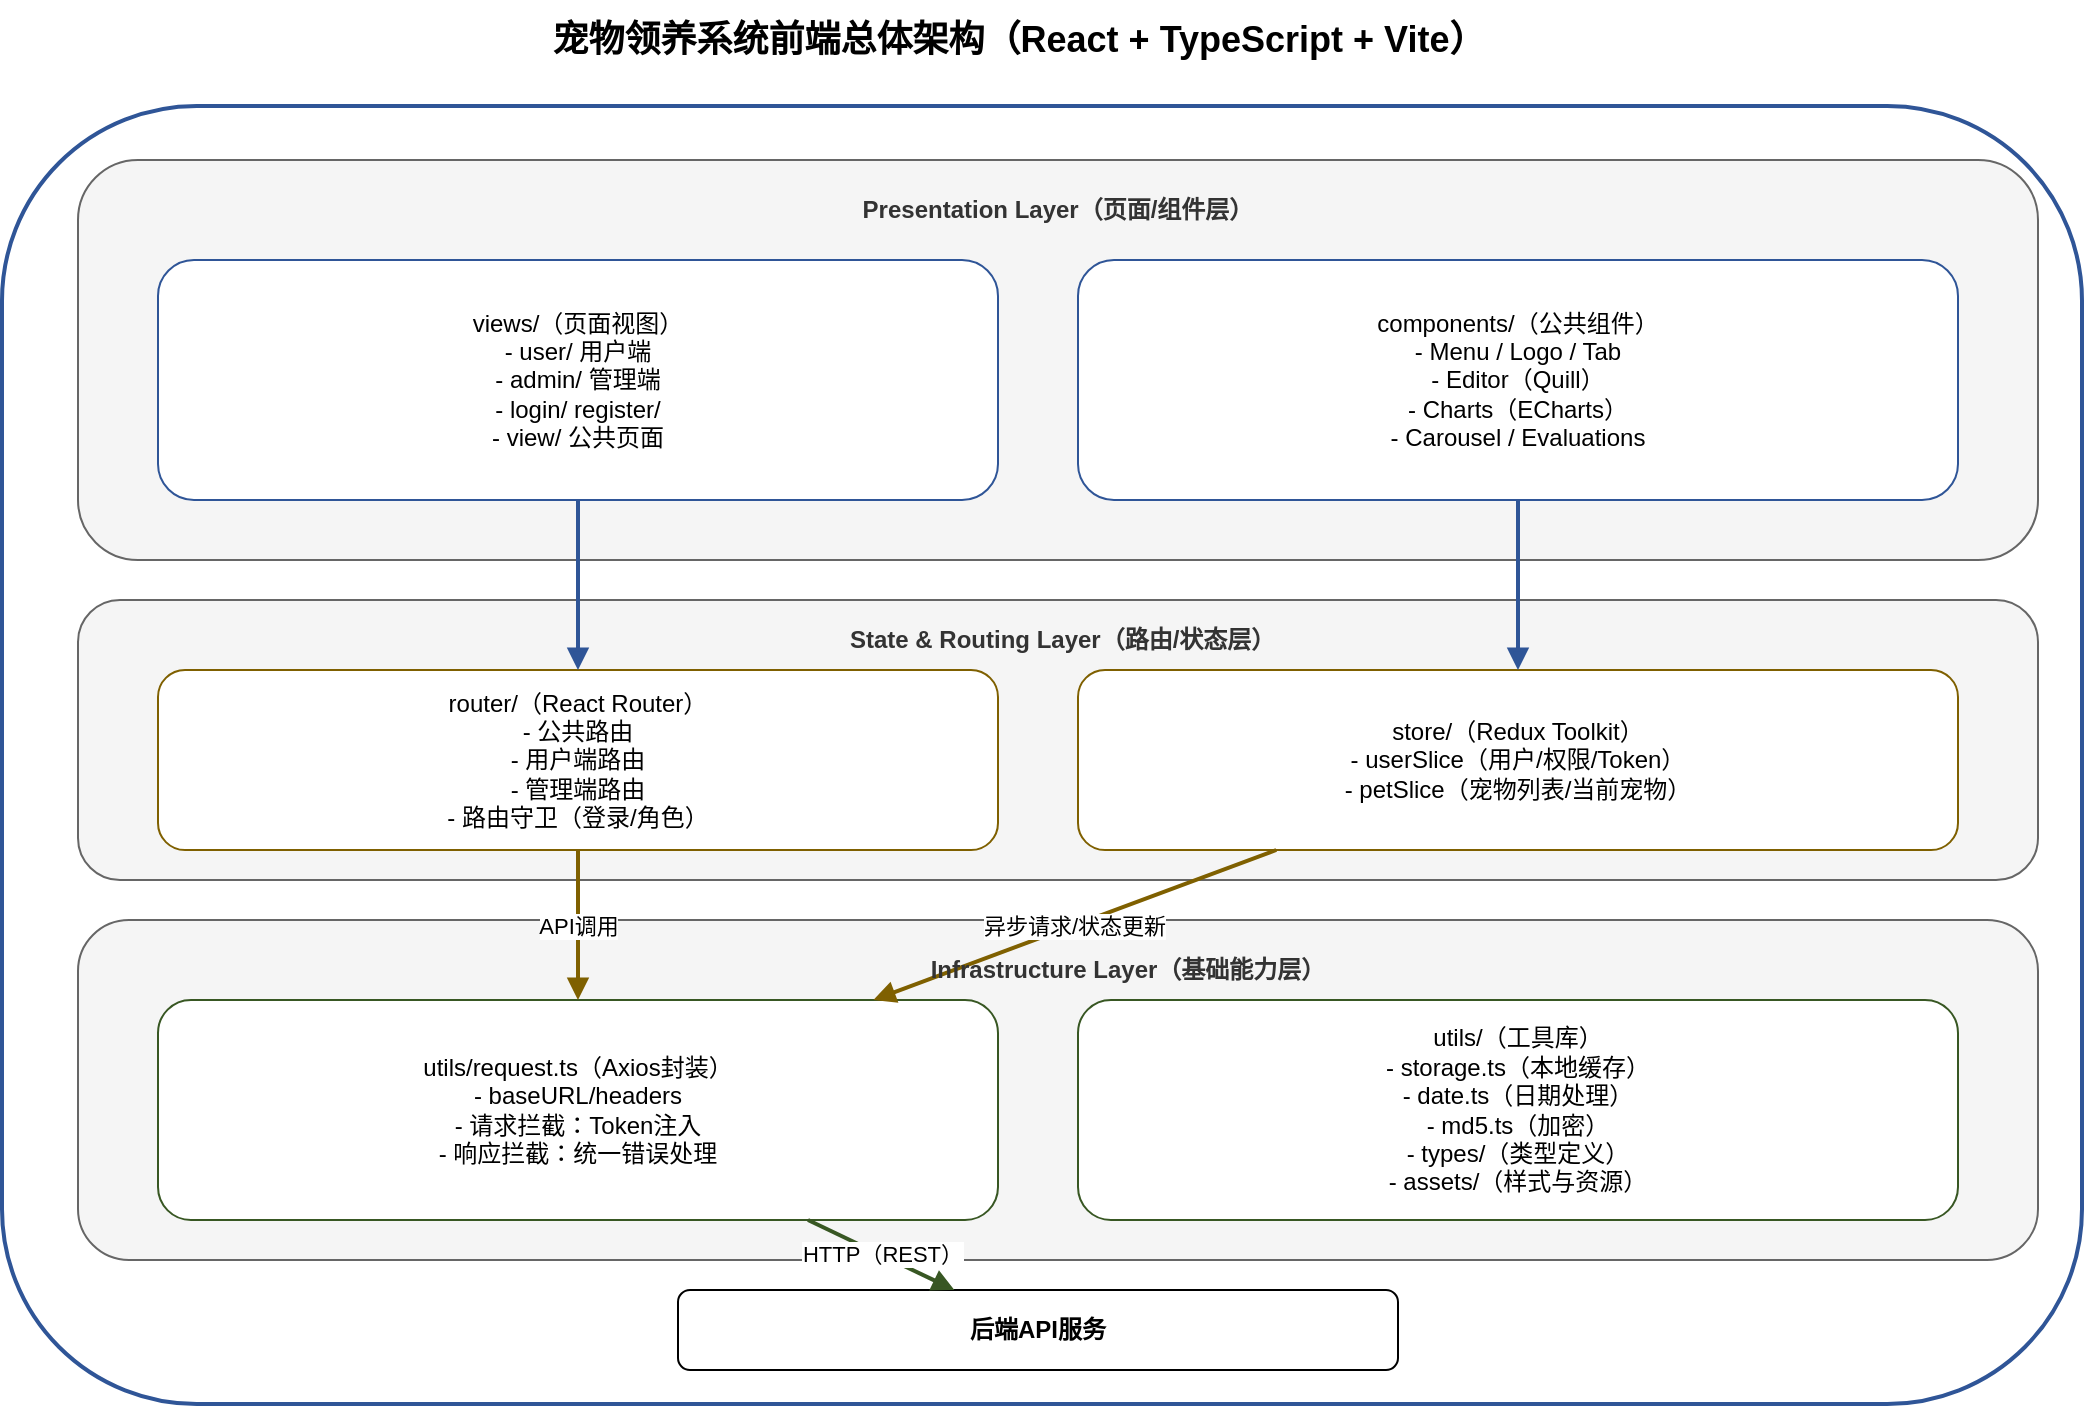
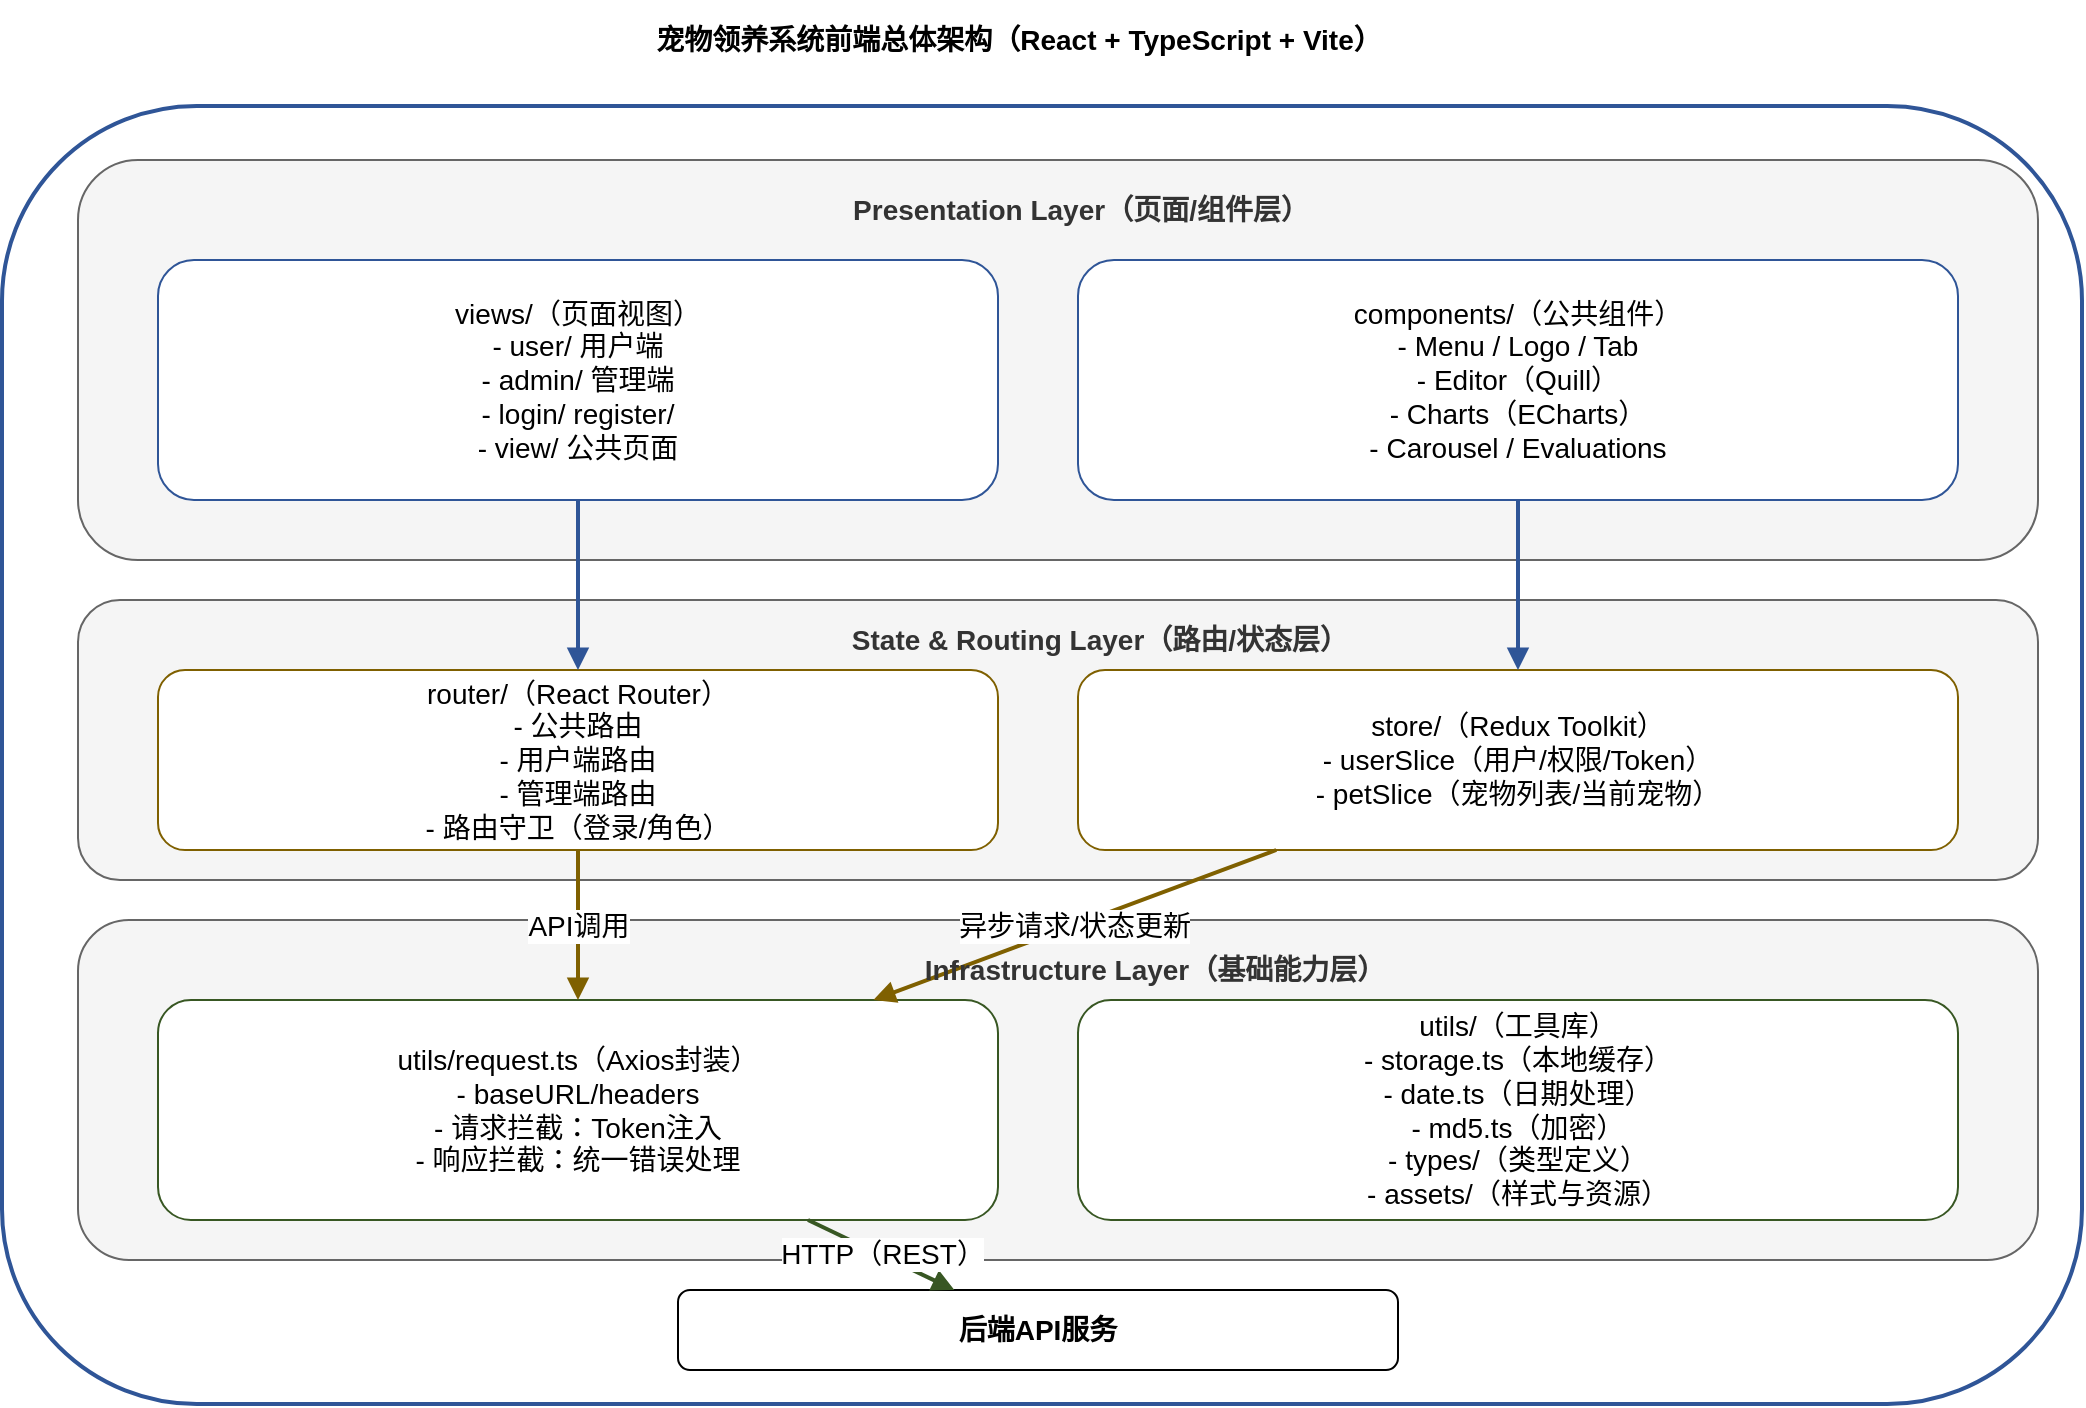
<mxfile host="app.diagrams.net">
  <diagram name="第 1 页" id="Zw4GrA-TFW1lKSvq5XIs">
    <mxGraphModel dx="1056" dy="729" grid="0" gridSize="10" guides="1" tooltips="1" connect="1" arrows="1" fold="1" page="1" pageScale="1" pageWidth="1200" pageHeight="800" math="0" shadow="0">
      <root>
        <mxCell id="0" />
        <mxCell id="1" parent="0" />
-         <mxCell id="t1" parent="1" style="text;html=1;align=center;verticalAlign=middle;fontSize=18;fontStyle=1" value="宠物领养系统前端总体架构（React + TypeScript + Vite）" vertex="1">
+         <mxCell id="t1" parent="1" style="text;html=1;align=center;verticalAlign=middle;fontSize=14;fontStyle=1" value="宠物领养系统前端总体架构（React + TypeScript + Vite）" vertex="1">
          <mxGeometry height="40" width="800" x="190" y="60" as="geometry" />
        </mxCell>
-         <mxCell id="c0" parent="1" style="rounded=1;whiteSpace=wrap;html=1;strokeWidth=2;fillColor=#ffffff;strokeColor=#2F5597;fontStyle=1;align=center;" value="Front-End Application" vertex="1">
+         <mxCell id="c0" parent="1" style="rounded=1;whiteSpace=wrap;html=1;strokeWidth=2;fillColor=#ffffff;strokeColor=#2F5597;fontStyle=1;align=center;fontSize=14;" value="Front-End Application" vertex="1">
          <mxGeometry height="649" width="1040" x="82" y="113" as="geometry" />
        </mxCell>
-         <mxCell id="c1" parent="1" style="rounded=1;whiteSpace=wrap;html=1;fillColor=#f5f5f5;strokeColor=#666666;fontStyle=1;fontColor=#333333;" value="" vertex="1">
+         <mxCell id="c1" parent="1" style="rounded=1;whiteSpace=wrap;html=1;fillColor=#f5f5f5;strokeColor=#666666;fontStyle=1;fontColor=#333333;fontSize=14;" value="" vertex="1">
          <mxGeometry height="200" width="980" x="120" y="140" as="geometry" />
        </mxCell>
-         <mxCell id="c2" parent="1" style="rounded=1;whiteSpace=wrap;html=1;fillColor=#f5f5f5;strokeColor=#666666;fontStyle=1;fontColor=#333333;" value="" vertex="1">
+         <mxCell id="c2" parent="1" style="rounded=1;whiteSpace=wrap;html=1;fillColor=#f5f5f5;strokeColor=#666666;fontStyle=1;fontColor=#333333;fontSize=14;" value="" vertex="1">
          <mxGeometry height="140" width="980" x="120" y="360" as="geometry" />
        </mxCell>
-         <mxCell id="c3" parent="1" style="rounded=1;whiteSpace=wrap;html=1;fillColor=#f5f5f5;strokeColor=#666666;fontStyle=1;fontColor=#333333;" value="" vertex="1">
+         <mxCell id="c3" parent="1" style="rounded=1;whiteSpace=wrap;html=1;fillColor=#f5f5f5;strokeColor=#666666;fontStyle=1;fontColor=#333333;fontSize=14;" value="" vertex="1">
          <mxGeometry height="170" width="980" x="120" y="520" as="geometry" />
        </mxCell>
-         <mxCell id="v1" parent="1" style="rounded=1;whiteSpace=wrap;html=1;fillColor=#ffffff;strokeColor=#2F5597" value="views/（页面视图）&#xa;- user/ 用户端&#xa;- admin/ 管理端&#xa;- login/ register/&#xa;- view/ 公共页面" vertex="1">
+         <mxCell id="v1" parent="1" style="rounded=1;whiteSpace=wrap;html=1;fillColor=#ffffff;strokeColor=#2F5597;fontSize=14;" value="views/（页面视图）&#xa;- user/ 用户端&#xa;- admin/ 管理端&#xa;- login/ register/&#xa;- view/ 公共页面" vertex="1">
          <mxGeometry height="120" width="420" x="160" y="190" as="geometry" />
        </mxCell>
-         <mxCell id="v2" parent="1" style="rounded=1;whiteSpace=wrap;html=1;fillColor=#ffffff;strokeColor=#2F5597" value="components/（公共组件）&#xa;- Menu / Logo / Tab&#xa;- Editor（Quill）&#xa;- Charts（ECharts）&#xa;- Carousel / Evaluations" vertex="1">
+         <mxCell id="v2" parent="1" style="rounded=1;whiteSpace=wrap;html=1;fillColor=#ffffff;strokeColor=#2F5597;fontSize=14;" value="components/（公共组件）&#xa;- Menu / Logo / Tab&#xa;- Editor（Quill）&#xa;- Charts（ECharts）&#xa;- Carousel / Evaluations" vertex="1">
          <mxGeometry height="120" width="440" x="620" y="190" as="geometry" />
        </mxCell>
-         <mxCell id="r1" parent="1" style="rounded=1;whiteSpace=wrap;html=1;fillColor=#ffffff;strokeColor=#7F6000" value="router/（React Router）&#xa;- 公共路由&#xa;- 用户端路由&#xa;- 管理端路由&#xa;- 路由守卫（登录/角色）" vertex="1">
+         <mxCell id="r1" parent="1" style="rounded=1;whiteSpace=wrap;html=1;fillColor=#ffffff;strokeColor=#7F6000;fontSize=14;" value="router/（React Router）&#xa;- 公共路由&#xa;- 用户端路由&#xa;- 管理端路由&#xa;- 路由守卫（登录/角色）" vertex="1">
          <mxGeometry height="90" width="420" x="160" y="395" as="geometry" />
        </mxCell>
-         <mxCell id="s1" parent="1" style="rounded=1;whiteSpace=wrap;html=1;fillColor=#ffffff;strokeColor=#7F6000" value="store/（Redux Toolkit）&#xa;- userSlice（用户/权限/Token）&#xa;- petSlice（宠物列表/当前宠物）" vertex="1">
+         <mxCell id="s1" parent="1" style="rounded=1;whiteSpace=wrap;html=1;fillColor=#ffffff;strokeColor=#7F6000;fontSize=14;" value="store/（Redux Toolkit）&#xa;- userSlice（用户/权限/Token）&#xa;- petSlice（宠物列表/当前宠物）" vertex="1">
          <mxGeometry height="90" width="440" x="620" y="395" as="geometry" />
        </mxCell>
-         <mxCell id="u1" parent="1" style="rounded=1;whiteSpace=wrap;html=1;fillColor=#ffffff;strokeColor=#385723" value="utils/request.ts（Axios封装）&#xa;- baseURL/headers&#xa;- 请求拦截：Token注入&#xa;- 响应拦截：统一错误处理" vertex="1">
+         <mxCell id="u1" parent="1" style="rounded=1;whiteSpace=wrap;html=1;fillColor=#ffffff;strokeColor=#385723;fontSize=14;" value="utils/request.ts（Axios封装）&#xa;- baseURL/headers&#xa;- 请求拦截：Token注入&#xa;- 响应拦截：统一错误处理" vertex="1">
          <mxGeometry height="110" width="420" x="160" y="560" as="geometry" />
        </mxCell>
-         <mxCell id="u2" parent="1" style="rounded=1;whiteSpace=wrap;html=1;fillColor=#ffffff;strokeColor=#385723" value="utils/（工具库）&#xa;- storage.ts（本地缓存）&#xa;- date.ts（日期处理）&#xa;- md5.ts（加密）&#xa;- types/（类型定义）&#xa;- assets/（样式与资源）" vertex="1">
+         <mxCell id="u2" parent="1" style="rounded=1;whiteSpace=wrap;html=1;fillColor=#ffffff;strokeColor=#385723;fontSize=14;" value="utils/（工具库）&#xa;- storage.ts（本地缓存）&#xa;- date.ts（日期处理）&#xa;- md5.ts（加密）&#xa;- types/（类型定义）&#xa;- assets/（样式与资源）" vertex="1">
          <mxGeometry height="110" width="440" x="620" y="560" as="geometry" />
        </mxCell>
-         <mxCell id="e1" edge="1" parent="1" source="v1" style="endArrow=block;html=1;strokeColor=#2F5597;strokeWidth=2" target="r1">
+         <mxCell id="e1" edge="1" parent="1" source="v1" style="endArrow=block;html=1;strokeColor=#2F5597;strokeWidth=2;fontSize=14;" target="r1">
          <mxGeometry relative="1" as="geometry" />
        </mxCell>
-         <mxCell id="e2" edge="1" parent="1" source="v2" style="endArrow=block;html=1;strokeColor=#2F5597;strokeWidth=2" target="s1">
+         <mxCell id="e2" edge="1" parent="1" source="v2" style="endArrow=block;html=1;strokeColor=#2F5597;strokeWidth=2;fontSize=14;" target="s1">
          <mxGeometry relative="1" as="geometry" />
        </mxCell>
-         <mxCell id="e3" edge="1" parent="1" source="r1" style="endArrow=block;html=1;strokeColor=#7F6000;strokeWidth=2" target="u1" value="API调用">
+         <mxCell id="e3" edge="1" parent="1" source="r1" style="endArrow=block;html=1;strokeColor=#7F6000;strokeWidth=2;fontSize=14;" target="u1" value="API调用">
          <mxGeometry relative="1" as="geometry" />
        </mxCell>
-         <mxCell id="e4" edge="1" parent="1" source="s1" style="endArrow=block;html=1;strokeColor=#7F6000;strokeWidth=2" target="u1" value="异步请求/状态更新">
+         <mxCell id="e4" edge="1" parent="1" source="s1" style="endArrow=block;html=1;strokeColor=#7F6000;strokeWidth=2;fontSize=14;" target="u1" value="异步请求/状态更新">
          <mxGeometry relative="1" as="geometry" />
        </mxCell>
-         <mxCell id="b1" parent="1" style="rounded=1;whiteSpace=wrap;html=1;fontStyle=1" value="后端API服务" vertex="1">
+         <mxCell id="b1" parent="1" style="rounded=1;whiteSpace=wrap;html=1;fontStyle=1;fontSize=14;" value="后端API服务" vertex="1">
          <mxGeometry height="40" width="360" x="420" y="705" as="geometry" />
        </mxCell>
-         <mxCell id="e5" edge="1" parent="1" source="u1" style="endArrow=block;html=1;strokeColor=#385723;strokeWidth=2" target="b1" value="HTTP（REST）">
+         <mxCell id="e5" edge="1" parent="1" source="u1" style="endArrow=block;html=1;strokeColor=#385723;strokeWidth=2;fontSize=14;" target="b1" value="HTTP（REST）">
          <mxGeometry relative="1" as="geometry" />
        </mxCell>
-         <mxCell id="qifDDppV9MLtQ6huMmRN-1" parent="1" style="text;html=1;whiteSpace=wrap;strokeColor=none;fillColor=none;align=center;verticalAlign=middle;rounded=0;" value="&lt;span style=&quot;color: rgb(51, 51, 51); font-weight: 700;&quot;&gt;State &amp;amp; Routing Layer（路由/状态层）&lt;/span&gt;" vertex="1">
-           <mxGeometry height="30" width="210" x="505" y="365" as="geometry" />
+         <mxCell id="qifDDppV9MLtQ6huMmRN-1" parent="1" style="text;html=1;whiteSpace=wrap;strokeColor=none;fillColor=none;align=center;verticalAlign=middle;rounded=0;fontSize=14;" value="&lt;span style=&quot;color: rgb(51, 51, 51); font-weight: 700;&quot;&gt;State &amp;amp; Routing Layer（路由/状态层）&lt;/span&gt;" vertex="1">
+           <mxGeometry height="30" width="252" x="505" y="365" as="geometry" />
        </mxCell>
-         <mxCell id="qifDDppV9MLtQ6huMmRN-2" parent="1" style="text;html=1;whiteSpace=wrap;strokeColor=none;fillColor=none;align=center;verticalAlign=middle;rounded=0;" value="&lt;span style=&quot;color: rgb(51, 51, 51); font-weight: 700;&quot;&gt;Presentation Layer（页面/组件层）&lt;/span&gt;" vertex="1">
-           <mxGeometry height="30" width="210" x="505" y="150" as="geometry" />
+         <mxCell id="qifDDppV9MLtQ6huMmRN-2" parent="1" style="text;html=1;whiteSpace=wrap;strokeColor=none;fillColor=none;align=center;verticalAlign=middle;rounded=0;fontSize=14;" value="&lt;span style=&quot;color: rgb(51, 51, 51); font-weight: 700;&quot;&gt;Presentation Layer（页面/组件层）&lt;/span&gt;" vertex="1">
+           <mxGeometry height="30" width="233" x="505" y="150" as="geometry" />
        </mxCell>
-         <mxCell id="qifDDppV9MLtQ6huMmRN-3" parent="1" style="text;html=1;whiteSpace=wrap;strokeColor=none;fillColor=none;align=center;verticalAlign=middle;rounded=0;" value="&lt;span style=&quot;color: rgb(51, 51, 51); font-weight: 700;&quot;&gt;Infrastructure Layer（基础能力层）&lt;/span&gt;" vertex="1">
-           <mxGeometry height="30" width="210" x="540" y="530" as="geometry" />
+         <mxCell id="qifDDppV9MLtQ6huMmRN-3" parent="1" style="text;html=1;whiteSpace=wrap;strokeColor=none;fillColor=none;align=center;verticalAlign=middle;rounded=0;fontSize=14;" value="&lt;span style=&quot;color: rgb(51, 51, 51); font-weight: 700;&quot;&gt;Infrastructure Layer（基础能力层）&lt;/span&gt;" vertex="1">
+           <mxGeometry height="30" width="237" x="540" y="530" as="geometry" />
        </mxCell>
      </root>
    </mxGraphModel>
  </diagram>
</mxfile>
